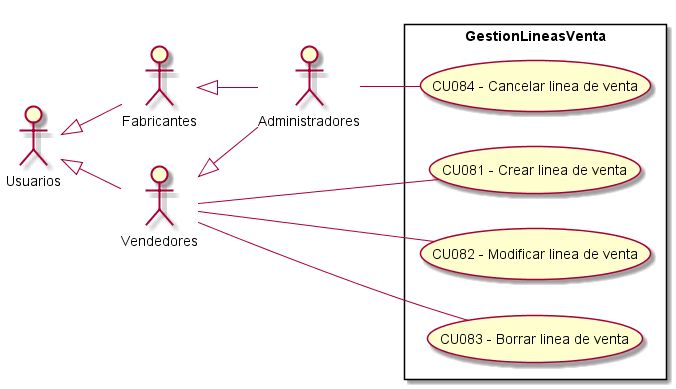
Before: Informe Final/Imagenes/ModeladoDeCasosDeUso/DiagramaDeCasosDeUso/GestionLineasVenta.png, a diagram exported from PlantUML (ZMGestion/DocumentacionZMGestion).
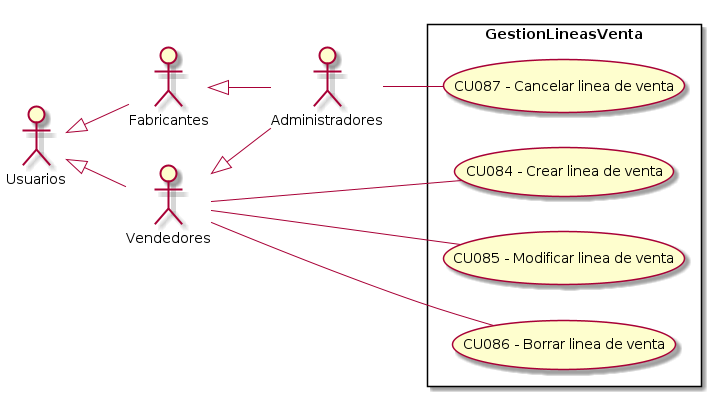
Later version of the same file.

The edit, as a diff of the source:
```diff
@@ -13,10 +13,10 @@
  left to right direction
 
 rectangle GestionLineasVenta{
-    UseCase "CU081 - Crear linea de venta" as C
-    UseCase "CU082 - Modificar linea de venta" as M
-    UseCase "CU083 - Borrar linea de venta" as B
-    UseCase "CU084 - Cancelar linea de venta" as Cancelar
+    UseCase "CU084 - Crear linea de venta" as C
+    UseCase "CU085 - Modificar linea de venta" as M
+    UseCase "CU086 - Borrar linea de venta" as B
+    UseCase "CU087 - Cancelar linea de venta" as Cancelar
 }
     Vendedores -- C
     Vendedores -- B
```
